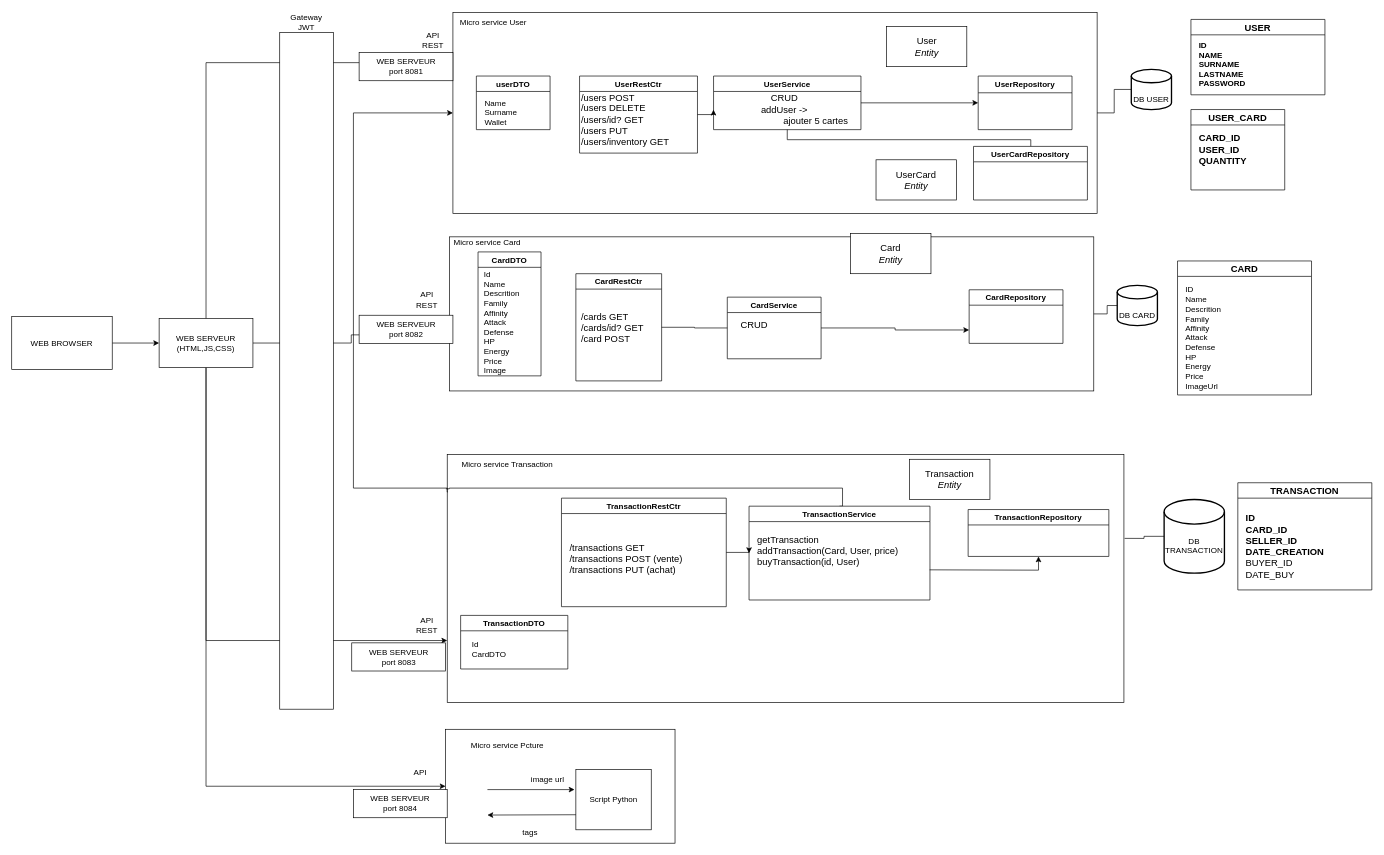
Before: Atelier3/atelier3.drawio in GOROVSKY/ASI_CPE, a draw.io diagram. Source tidied: cells renumbered, new cells numbered last; positions are measured from the earlier drawing's top-left corner, leaving out a move shared by most shapes. Both pictures are drawn from the tidied source at 67%, with x=0, y=0 at pixel (11, 12).
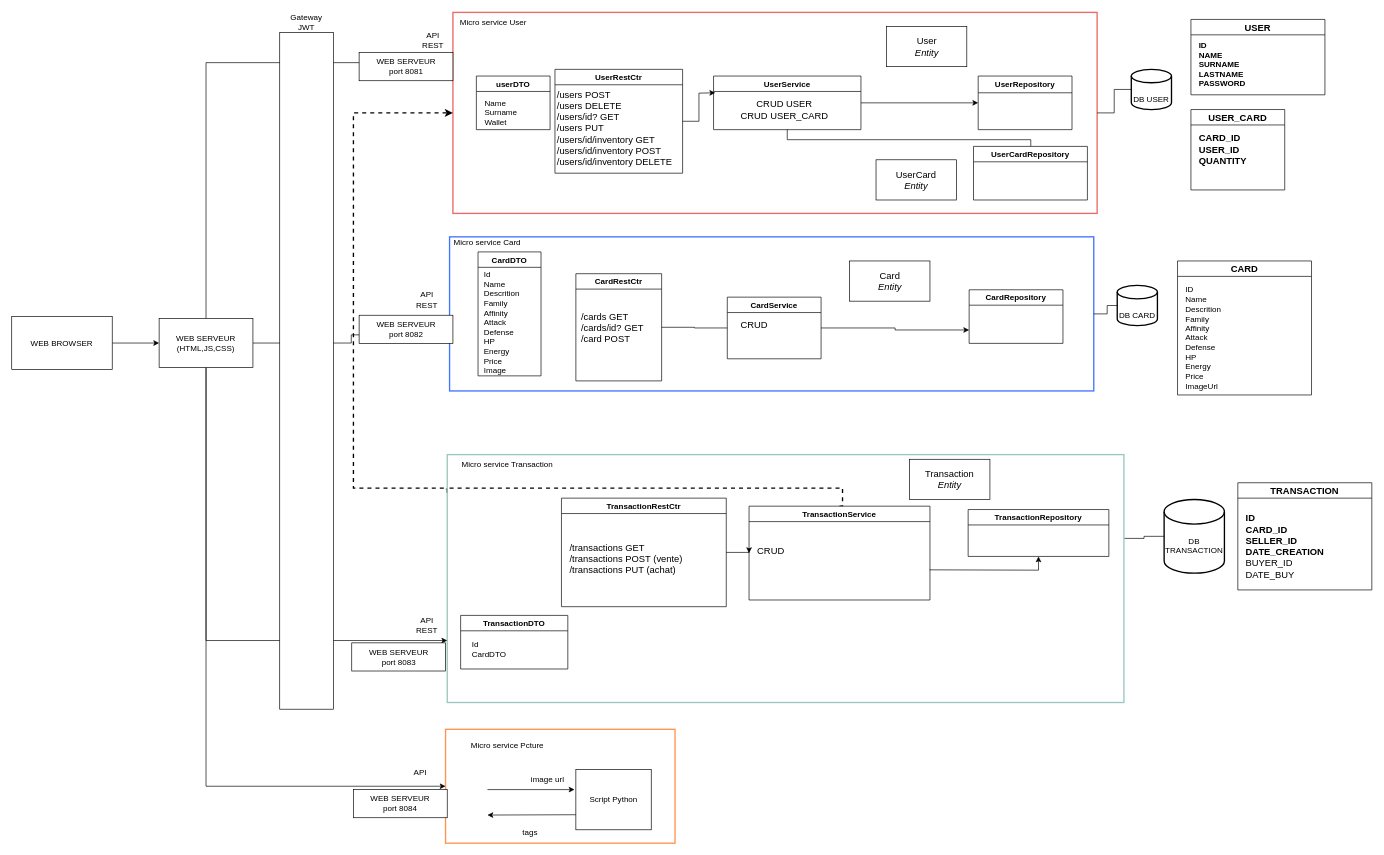
The same diagram, later.

Unchanged cells that the change refers to:
```xml
<mxCell id="31" value="TransactionService" style="swimlane;" parent="1" vertex="1">
  <mxGeometry x="1100.5" y="737" width="270" height="140" as="geometry" />
</mxCell>
```

Diff of the diagram source:
```diff
@@
-    <mxCell id="2" style="rounded=0;whiteSpace=wrap;html=1;fillColor=none;" parent="1" vertex="1">
+    <mxCell id="2" style="rounded=0;whiteSpace=wrap;html=1;fillColor=none;strokeWidth=2;strokeColor=#4275FF;" parent="1" vertex="1">
       <mxGeometry x="653.5" y="335" width="961.5" height="230" as="geometry" />
     </mxCell>
-    <mxCell id="3" style="rounded=0;whiteSpace=wrap;html=1;fillColor=none;" parent="1" vertex="1">
+    <mxCell id="3" style="rounded=0;whiteSpace=wrap;html=1;fillColor=none;strokeColor=#EA6B66;strokeWidth=2;" parent="1" vertex="1">
       <mxGeometry x="658.5" width="961.5" height="300" as="geometry" />
     </mxCell>
-    <mxCell id="4" style="rounded=0;whiteSpace=wrap;html=1;fillColor=none;" parent="1" vertex="1">
+    <mxCell id="4" style="rounded=0;whiteSpace=wrap;html=1;fillColor=none;strokeColor=#FF944D;strokeWidth=2;" parent="1" vertex="1">
       <mxGeometry x="647.5" y="1070" width="342.5" height="170" as="geometry" />
     </mxCell>
-    <mxCell id="5" style="edgeStyle=orthogonalEdgeStyle;rounded=0;jettySize=auto;html=1;entryX=0;entryY=0.5;entryDx=0;entryDy=0;startArrow=none;startFill=0;endArrow=classic;endFill=1;exitX=0.001;exitY=0.151;exitDx=0;exitDy=0;exitPerimeter=0;" parent="1" edge="1" source="6" target="3">
+    <mxCell id="5" style="edgeStyle=orthogonalEdgeStyle;rounded=0;jettySize=auto;html=1;entryX=0;entryY=0.5;entryDx=0;entryDy=0;startArrow=none;startFill=0;endArrow=classic;endFill=1;exitX=0.001;exitY=0.151;exitDx=0;exitDy=0;exitPerimeter=0;strokeWidth=2;dashed=1;" parent="1" edge="1" source="6" target="3">
       <mxGeometry relative="1" as="geometry">
         <Array as="points">
           <mxPoint x="650" y="710" />
           <mxPoint x="510" y="710" />
           <mxPoint x="510" y="150" />
         </Array>
       </mxGeometry>
     </mxCell>
-    <mxCell id="6" style="rounded=0;whiteSpace=wrap;html=1;fillColor=none;" parent="1" vertex="1">
+    <mxCell id="6" style="rounded=0;whiteSpace=wrap;html=1;fillColor=none;strokeColor=#9AC7BF;strokeWidth=2;" parent="1" vertex="1">
       <mxGeometry x="650" y="660" width="1010" height="370" as="geometry" />
     </mxCell>
@@
-    <mxCell id="12" style="edgeStyle=orthogonalEdgeStyle;rounded=0;jettySize=auto;html=1;exitX=1;exitY=0.5;exitDx=0;exitDy=0;entryX=0.043;entryY=0.504;entryDx=0;entryDy=0;entryPerimeter=0;" parent="1" edge="1" source="13" target="51">
-      <mxGeometry relative="1" as="geometry" />
+    <mxCell id="12" style="edgeStyle=orthogonalEdgeStyle;rounded=0;jettySize=auto;html=1;exitX=1;exitY=0.5;exitDx=0;exitDy=0;" parent="1" edge="1" source="13">
+      <mxGeometry relative="1" as="geometry">
+        <mxPoint x="1050" y="120" as="targetPoint" />
+      </mxGeometry>
     </mxCell>
     <mxCell id="13" value="UserRestCtr" style="swimlane;" parent="1" vertex="1">
-      <mxGeometry x="847.5" y="95" width="176" height="115" as="geometry" />
+      <mxGeometry x="810.8" y="85" width="190.5" height="155" as="geometry" />
     </mxCell>
-    <mxCell id="14" value="&lt;div align=&quot;left&quot;&gt;/users POST&lt;br&gt;&lt;/div&gt;&lt;div style=&quot;font-size: 14px&quot; align=&quot;left&quot;&gt;/users DELETE&lt;br style=&quot;font-size: 14px&quot;&gt;&lt;/div&gt;&lt;div&gt;/users/id? GET&lt;/div&gt;&lt;div&gt;/users PUT&lt;/div&gt;&lt;div&gt;/users/inventory GET&lt;/div&gt;" style="text;html=1;align=left;verticalAlign=middle;strokeColor=none;fillColor=none;fontSize=14;" parent="13" vertex="1">
-      <mxGeometry x="0.5" y="20" width="150" height="90" as="geometry" />
+    <mxCell id="14" value="&lt;div align=&quot;left&quot;&gt;/users POST&lt;br&gt;&lt;/div&gt;&lt;div style=&quot;font-size: 14px&quot; align=&quot;left&quot;&gt;/users DELETE&lt;br style=&quot;font-size: 14px&quot;&gt;&lt;/div&gt;&lt;div&gt;/users/id? GET&lt;/div&gt;&lt;div&gt;/users PUT&lt;/div&gt;&lt;div&gt;/users/id/inventory GET&lt;/div&gt;&lt;div&gt;/users/id/inventory POST&lt;/div&gt;&lt;div&gt;/users/id/inventory DELETE&lt;br&gt;&lt;/div&gt;" style="text;html=1;align=left;verticalAlign=middle;strokeColor=none;fillColor=none;fontSize=14;" parent="13" vertex="1">
+      <mxGeometry x="1" y="28" width="190" height="120" as="geometry" />
     </mxCell>
@@
     <mxCell id="29" value="&lt;div&gt;Card&lt;/div&gt;&lt;div&gt;&lt;i&gt;Entity&lt;/i&gt;&lt;br&gt;&lt;/div&gt;" style="rounded=0;whiteSpace=wrap;html=1;fontSize=14;fillColor=default;" parent="1" vertex="1">
-      <mxGeometry x="1252" y="330" width="120" height="60" as="geometry" />
+      <mxGeometry x="1250.5" y="371" width="120" height="60" as="geometry" />
     </mxCell>
-    <mxCell id="30" style="edgeStyle=orthogonalEdgeStyle;rounded=0;jettySize=auto;html=1;entryX=-0.002;entryY=0.138;entryDx=0;entryDy=0;entryPerimeter=0;startArrow=none;startFill=0;endArrow=none;endFill=0;exitX=0.5;exitY=0;exitDx=0;exitDy=0;" parent="1" edge="1" source="31" target="6">
+    <mxCell id="30" style="edgeStyle=orthogonalEdgeStyle;rounded=0;jettySize=auto;html=1;entryX=-0.002;entryY=0.138;entryDx=0;entryDy=0;entryPerimeter=0;startArrow=none;startFill=0;endArrow=none;endFill=0;exitX=0.5;exitY=0;exitDx=0;exitDy=0;strokeWidth=2;dashed=1;" parent="1" edge="1" source="31" target="6">
       <mxGeometry relative="1" as="geometry">
         <Array as="points">
           <mxPoint x="1240" y="737" />
           <mxPoint x="1240" y="710" />
           <mxPoint x="653" y="710" />
           <mxPoint x="653" y="711" />
         </Array>
       </mxGeometry>
     </mxCell>
@@
-    <mxCell id="32" value="&lt;div align=&quot;left&quot;&gt;getTransaction&lt;br&gt;&lt;/div&gt;&lt;div align=&quot;left&quot;&gt;addTransaction(Card, User, price)&lt;/div&gt;&lt;div&gt;buyTransaction(id, User)&lt;br&gt;&lt;/div&gt;&lt;div&gt;&lt;br&gt;&lt;/div&gt;" style="text;html=1;align=left;verticalAlign=middle;strokeColor=none;fillColor=none;fontSize=14;" parent="31" vertex="1">
-      <mxGeometry x="10" y="40" width="260" height="70" as="geometry" />
+    <mxCell id="32" value="CRUD&lt;div&gt;&lt;br&gt;&lt;/div&gt;" style="text;html=1;align=left;verticalAlign=middle;strokeColor=none;fillColor=none;fontSize=14;" parent="31" vertex="1">
+      <mxGeometry x="10" y="55" width="60" height="40" as="geometry" />
     </mxCell>
@@
-    <mxCell id="51" value="&lt;div&gt;CRUD&lt;/div&gt;&lt;div&gt;addUser -&amp;gt; &lt;br&gt;&lt;/div&gt;&lt;div&gt;&lt;span style=&quot;white-space: pre&quot;&gt;&#9;&lt;/span&gt;&lt;span style=&quot;white-space: pre&quot;&gt;&#9;&lt;/span&gt;&lt;span style=&quot;white-space: pre&quot;&gt;&#9;&lt;/span&gt;ajouter 5 cartes&lt;br&gt;&lt;/div&gt;" style="text;html=1;align=center;verticalAlign=middle;points=[];strokeColor=none;fillColor=none;fontSize=14;" parent="1" vertex="1">
-      <mxGeometry x="1037.5" y="115" width="230" height="60" as="geometry" />
+    <mxCell id="51" value="&lt;div&gt;CRUD USER&lt;br&gt;&lt;/div&gt;CRUD USER_CARD" style="text;html=1;align=center;verticalAlign=middle;points=[];strokeColor=none;fillColor=none;fontSize=14;" parent="1" vertex="1">
+      <mxGeometry x="1077.5" y="125" width="150" height="40" as="geometry" />
     </mxCell>
```
